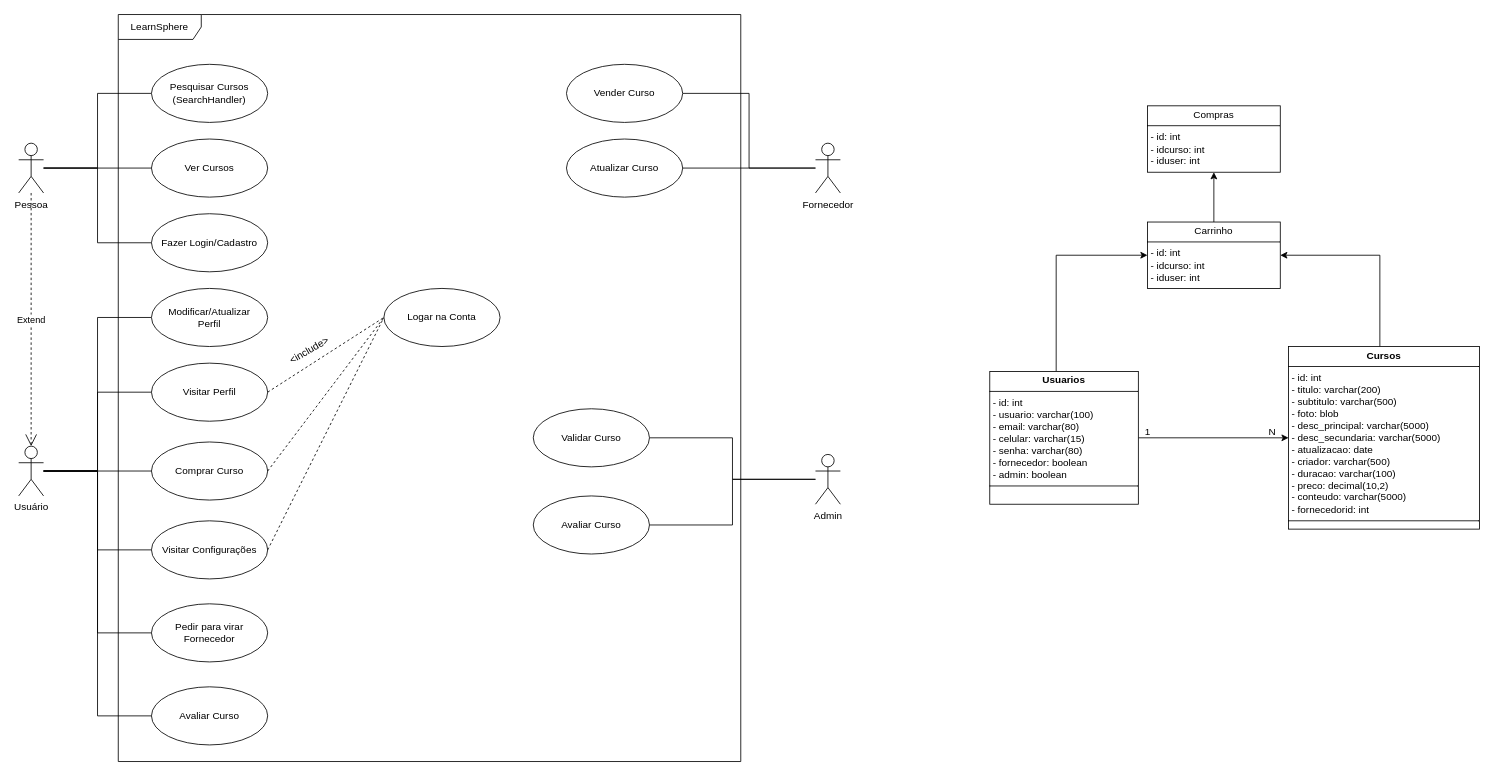
This is TCC.drawio from NeroWasTrolled/LearnSphere, a draw.io file, before an edit. Source tidied: cells renumbered, new cells numbered last; positions are measured from the earlier drawing's top-left corner, leaving out a move shared by most shapes. Both pictures are drawn from the tidied source at 83%, with x=0, y=0 at pixel (18, 14).
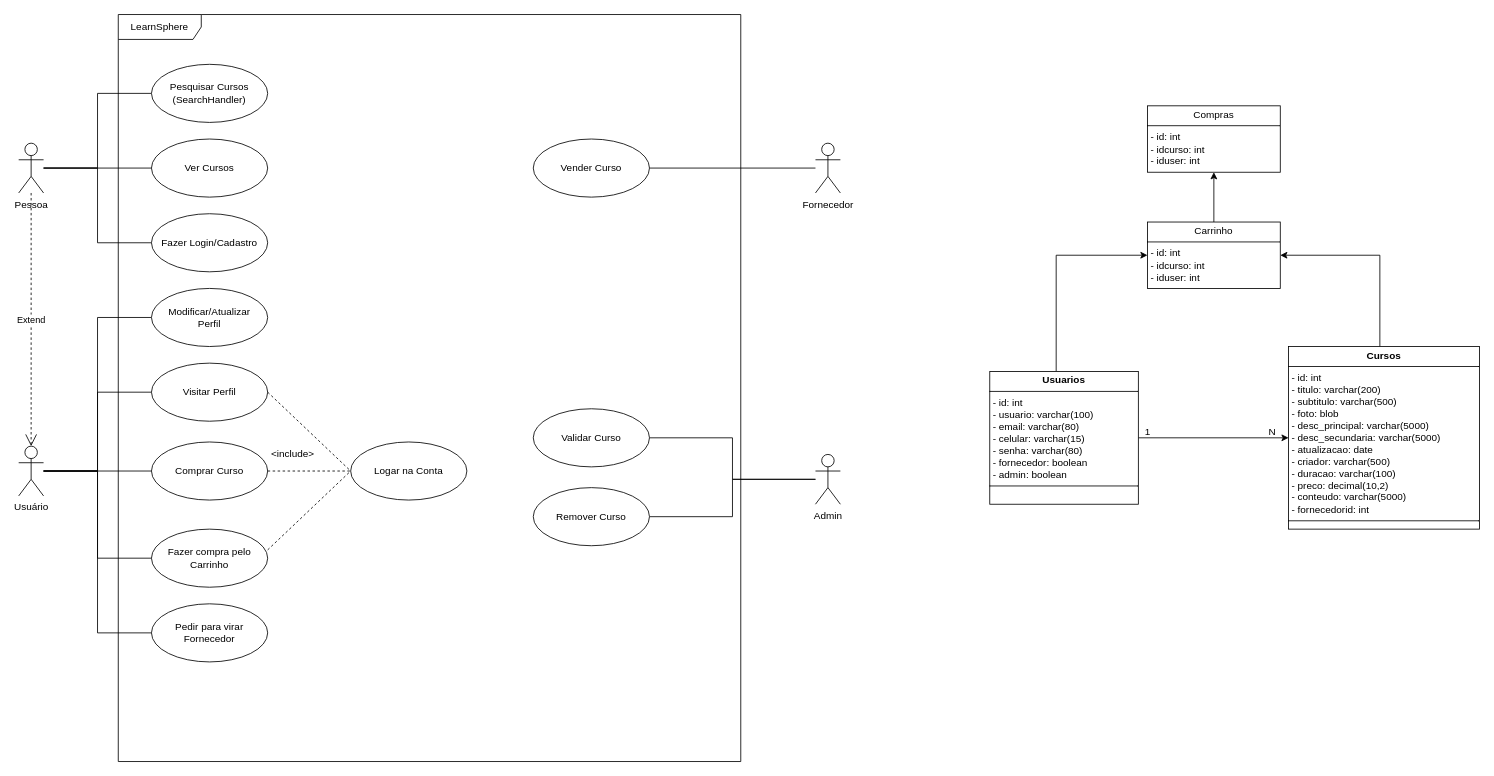
The same page after the edit.

The change refers to these unchanged cells:
```xml
<mxCell id="13" value="Usuário" style="shape=umlActor;verticalLabelPosition=bottom;verticalAlign=top;html=1;outlineConnect=0;" parent="1" vertex="1">
  <mxGeometry y="520" width="30" height="60" as="geometry" />
</mxCell>
<mxCell id="16" value="Fornecedor" style="shape=umlActor;verticalLabelPosition=bottom;verticalAlign=top;html=1;outlineConnect=0;" parent="1" vertex="1">
  <mxGeometry x="960" y="155" width="30" height="60" as="geometry" />
</mxCell>
<mxCell id="40" value="Admin" style="shape=umlActor;verticalLabelPosition=bottom;verticalAlign=top;html=1;outlineConnect=0;" parent="1" vertex="1">
  <mxGeometry x="960" y="530" width="30" height="60" as="geometry" />
</mxCell>
```

Change to the diagram source:
```diff
@@
-    <mxCell id="8" style="edgeStyle=orthogonalEdgeStyle;rounded=0;jettySize=auto;html=1;entryX=0;entryY=0.5;entryDx=0;entryDy=0;endArrow=none;endFill=0;" parent="1" edge="1" source="13" target="22">
+    <mxCell id="8" style="edgeStyle=orthogonalEdgeStyle;rounded=0;jettySize=auto;html=1;entryX=0;entryY=0.5;entryDx=0;entryDy=0;endArrow=none;endFill=0;" parent="1" edge="1" source="13" target="50">
       <mxGeometry relative="1" as="geometry" />
     </mxCell>
@@
-    <mxCell id="12" style="edgeStyle=orthogonalEdgeStyle;rounded=0;jettySize=auto;html=1;entryX=0;entryY=0.5;entryDx=0;entryDy=0;endArrow=none;endFill=0;" parent="1" edge="1" source="13" target="32">
-      <mxGeometry relative="1" as="geometry" />
-    </mxCell>
@@
-    <mxCell id="15" style="edgeStyle=orthogonalEdgeStyle;rounded=0;jettySize=auto;html=1;endArrow=none;endFill=0;" parent="1" edge="1" source="16" target="31">
-      <mxGeometry relative="1" as="geometry" />
-    </mxCell>
@@
-    <mxCell id="22" value="Visitar Configurações" style="ellipse;whiteSpace=wrap;html=1;" parent="1" vertex="1">
-      <mxGeometry x="160" y="610" width="140" height="70" as="geometry" />
-    </mxCell>
@@
-    <mxCell id="25" value="&amp;lt;include&amp;gt;" style="text;html=1;align=center;verticalAlign=middle;strokeColor=none;fillColor=none;rotation=-30;" parent="1" vertex="1">
-      <mxGeometry x="310" y="390" width="80" height="30" as="geometry" />
+    <mxCell id="25" value="&amp;lt;include&amp;gt;" style="text;html=1;align=center;verticalAlign=middle;strokeColor=none;fillColor=none;rotation=0;" parent="1" vertex="1">
+      <mxGeometry x="290" y="515" width="80" height="30" as="geometry" />
     </mxCell>
     <mxCell id="26" value="Logar na Conta" style="ellipse;whiteSpace=wrap;html=1;" parent="1" vertex="1">
-      <mxGeometry x="440" y="330" width="140" height="70" as="geometry" />
+      <mxGeometry x="400" y="515" width="140" height="70" as="geometry" />
     </mxCell>
@@
-    <mxCell id="29" style="endArrow=none;endSize=12;dashed=1;html=1;rounded=0;exitX=1;exitY=0.5;exitDx=0;exitDy=0;entryX=0;entryY=0.5;entryDx=0;entryDy=0;endFill=0;" parent="1" edge="1" source="22" target="26">
-      <mxGeometry relative="1" as="geometry" />
+    <mxCell id="29" style="endArrow=none;endSize=12;dashed=1;html=1;rounded=0;exitX=1;exitY=0.5;exitDx=0;exitDy=0;entryX=0;entryY=0.5;entryDx=0;entryDy=0;endFill=0;" parent="1" edge="1" target="26">
+      <mxGeometry relative="1" as="geometry">
+        <mxPoint x="300" y="645" as="sourcePoint" />
+      </mxGeometry>
     </mxCell>
     <mxCell id="30" value="Vender Curso" style="ellipse;whiteSpace=wrap;html=1;" parent="1" vertex="1">
-      <mxGeometry x="660" y="60" width="140" height="70" as="geometry" />
+      <mxGeometry x="620" y="150" width="140" height="70" as="geometry" />
     </mxCell>
-    <mxCell id="31" value="Atualizar Curso" style="ellipse;whiteSpace=wrap;html=1;" parent="1" vertex="1">
-      <mxGeometry x="660" y="150" width="140" height="70" as="geometry" />
-    </mxCell>
-    <mxCell id="32" value="Avaliar Curso" style="ellipse;whiteSpace=wrap;html=1;" parent="1" vertex="1">
-      <mxGeometry x="160" y="810" width="140" height="70" as="geometry" />
-    </mxCell>
@@
-    <mxCell id="39" style="edgeStyle=orthogonalEdgeStyle;rounded=0;jettySize=auto;html=1;entryX=1;entryY=0.5;entryDx=0;entryDy=0;endArrow=none;endFill=0;" parent="1" edge="1" source="40" target="42">
-      <mxGeometry relative="1" as="geometry" />
-    </mxCell>
+    <mxCell id="49" style="edgeStyle=orthogonalEdgeStyle;rounded=0;jettySize=auto;html=1;entryX=1;entryY=0.5;entryDx=0;entryDy=0;endArrow=none;endFill=0;" parent="1" edge="1" source="40" target="51">
+      <mxGeometry relative="1" as="geometry" />
+    </mxCell>
@@
-    <mxCell id="42" value="Avaliar Curso" style="ellipse;whiteSpace=wrap;html=1;" parent="1" vertex="1">
-      <mxGeometry x="620" y="580" width="140" height="70" as="geometry" />
-    </mxCell>
@@
+    <mxCell id="50" value="Fazer compra pelo Carrinho" style="ellipse;whiteSpace=wrap;html=1;" parent="1" vertex="1">
+      <mxGeometry x="160" y="620" width="140" height="70" as="geometry" />
+    </mxCell>
+    <mxCell id="51" value="Remover Curso" style="ellipse;whiteSpace=wrap;html=1;" parent="1" vertex="1">
+      <mxGeometry x="620" y="570" width="140" height="70" as="geometry" />
+    </mxCell>
```
